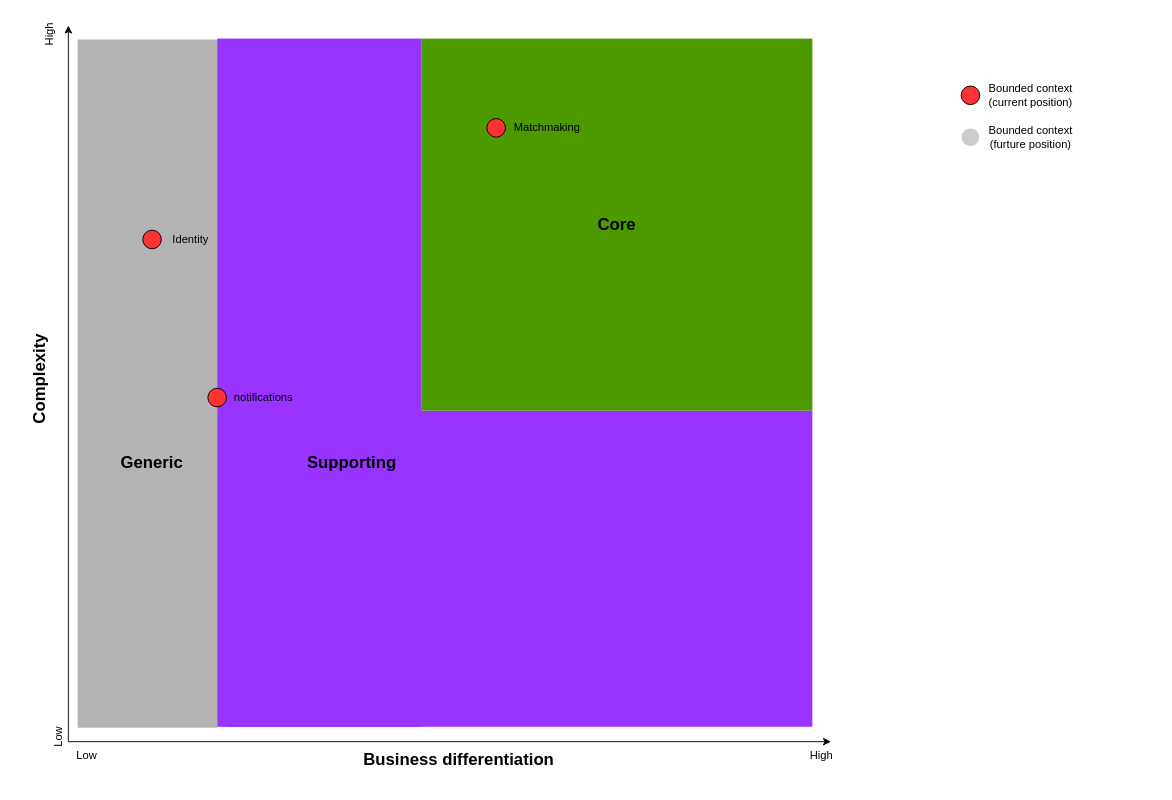
The draw.io diagram resources/core-domain-chart-template.drawio in ddd-crew/core-domain-charts, before the edit. Source tidied: cells renumbered, new cells numbered last; positions are measured from the earlier drawing's top-left corner, leaving out a move shared by most shapes. Both pictures are drawn from the tidied source at 93%, with x=0, y=0 at pixel (21, 25).
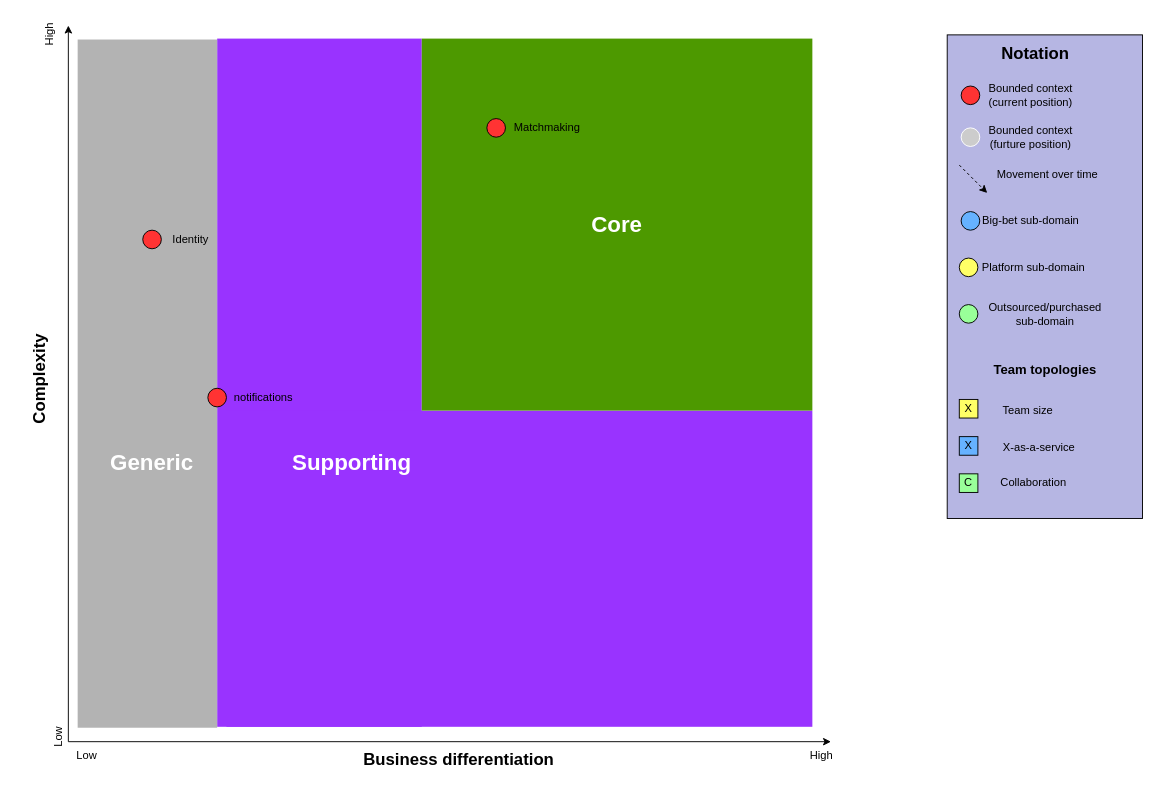
The same diagram, later.

Commit message:
drawio template: add remaining notation

Unchanged cells that the change refers to:
```xml
<mxCell id="2" style="group;" parent="1" vertex="1">
  <mxGeometry x="9.5" width="870.5" height="800" as="geometry" />
</mxCell>
```

The edit, as a diff of the source:
```diff
@@
-    <mxCell id="9" value="&lt;h2&gt;Core&lt;/h2&gt;" style="rounded=0;whiteSpace=wrap;html=1;fillColor=#4D9900;strokeColor=none;" parent="2" vertex="1">
+    <mxCell id="9" value="&lt;h1&gt;&lt;font color=&quot;#ffffff&quot;&gt;Core&lt;/font&gt;&lt;/h1&gt;" style="rounded=0;whiteSpace=wrap;html=1;fillColor=#4D9900;strokeColor=none;" parent="2" vertex="1">
       <mxGeometry x="420.5" y="14" width="420" height="400" as="geometry" />
     </mxCell>
@@
-    <mxCell id="11" value="&lt;h2&gt;Supporting&lt;/h2&gt;" style="text;html=1;strokeColor=none;fillColor=none;align=center;verticalAlign=middle;whiteSpace=wrap;rounded=0;" parent="2" vertex="1">
+    <mxCell id="11" value="&lt;h1&gt;&lt;font color=&quot;#ffffff&quot;&gt;Supporting&lt;/font&gt;&lt;/h1&gt;" style="text;html=1;strokeColor=none;fillColor=none;align=center;verticalAlign=middle;whiteSpace=wrap;rounded=0;" parent="2" vertex="1">
       <mxGeometry x="325.5" y="460" width="40" height="20" as="geometry" />
     </mxCell>
-    <mxCell id="12" value="&lt;h2&gt;Generic&lt;/h2&gt;" style="text;html=1;strokeColor=none;fillColor=none;align=center;verticalAlign=middle;whiteSpace=wrap;rounded=0;" parent="2" vertex="1">
+    <mxCell id="12" value="&lt;h1&gt;&lt;font color=&quot;#ffffff&quot;&gt;Generic&lt;/font&gt;&lt;/h1&gt;" style="text;html=1;strokeColor=none;fillColor=none;align=center;verticalAlign=middle;whiteSpace=wrap;rounded=0;" parent="2" vertex="1">
       <mxGeometry x="110.5" y="460" width="40" height="20" as="geometry" />
     </mxCell>
@@
+    <mxCell id="35" style="rounded=0;whiteSpace=wrap;html=1;fillColor=#B6B6E3;" parent="1" vertex="1">
+      <mxGeometry x="995" y="10" width="210" height="520" as="geometry" />
+    </mxCell>
+    <mxCell id="36" value="&lt;h2&gt;&lt;b&gt;Notation&lt;/b&gt;&lt;/h2&gt;" style="text;html=1;strokeColor=none;fillColor=none;align=center;verticalAlign=middle;whiteSpace=wrap;rounded=0;" parent="1" vertex="1">
+      <mxGeometry x="1070" y="20" width="40" height="20" as="geometry" />
+    </mxCell>
+    <mxCell id="37" value="&lt;h3&gt;Team topologies&lt;/h3&gt;" style="text;html=1;strokeColor=none;fillColor=none;align=center;verticalAlign=middle;whiteSpace=wrap;rounded=0;" parent="1" vertex="1">
+      <mxGeometry x="1037.5" y="360" width="125" height="20" as="geometry" />
+    </mxCell>
@@
     <mxCell id="18" style="group;" parent="17" vertex="1">
-      <mxGeometry x="1010" y="65" width="130" height="20" as="geometry" />
+      <mxGeometry x="1010" y="65" width="210" height="570" as="geometry" />
     </mxCell>
     <mxCell id="19" style="group;" parent="18" vertex="1">
-      <mxGeometry width="130" height="20" as="geometry" />
+      <mxGeometry width="210" height="570" as="geometry" />
     </mxCell>
@@
+    <mxCell id="38" style="group;" parent="17" vertex="1">
+      <mxGeometry x="1008" y="150" width="160" height="30" as="geometry" />
+    </mxCell>
+    <mxCell id="39" style="endArrow=classic;html=1;dashed=1;" parent="38" edge="1">
+      <mxGeometry relative="1" as="geometry">
+        <mxPoint as="sourcePoint" />
+        <mxPoint x="30" y="30" as="targetPoint" />
+      </mxGeometry>
+    </mxCell>
+    <mxCell id="40" value="Movement over time" style="text;html=1;strokeColor=none;fillColor=none;align=center;verticalAlign=middle;whiteSpace=wrap;rounded=0;" parent="38" vertex="1">
+      <mxGeometry x="30" width="130" height="20" as="geometry" />
+    </mxCell>
+    <mxCell id="41" style="group;" parent="17" vertex="1">
+      <mxGeometry x="1010" y="200" width="130" height="20" as="geometry" />
+    </mxCell>
+    <mxCell id="42" style="group;" parent="41" vertex="1">
+      <mxGeometry width="130" height="20" as="geometry" />
+    </mxCell>
+    <mxCell id="43" style="ellipse;whiteSpace=wrap;html=1;fillColor=#66B2FF;" parent="42" vertex="1">
+      <mxGeometry width="20" height="20" as="geometry" />
+    </mxCell>
+    <mxCell id="44" value="Big-bet sub-domain" style="text;html=1;strokeColor=none;fillColor=none;align=center;verticalAlign=middle;whiteSpace=wrap;rounded=0;" parent="42" vertex="1">
+      <mxGeometry x="20" width="110" height="20" as="geometry" />
+    </mxCell>
+    <mxCell id="45" style="group;" parent="17" vertex="1">
+      <mxGeometry x="1008" y="250" width="140" height="20" as="geometry" />
+    </mxCell>
+    <mxCell id="46" style="group;" parent="45" vertex="1">
+      <mxGeometry width="140" height="20" as="geometry" />
+    </mxCell>
+    <mxCell id="47" style="ellipse;whiteSpace=wrap;html=1;fillColor=#FFFF66;" parent="46" vertex="1">
+      <mxGeometry width="20" height="20" as="geometry" />
+    </mxCell>
+    <mxCell id="48" value="Platform sub-domain" style="text;html=1;strokeColor=none;fillColor=none;align=center;verticalAlign=middle;whiteSpace=wrap;rounded=0;" parent="46" vertex="1">
+      <mxGeometry x="20" width="120" height="20" as="geometry" />
+    </mxCell>
+    <mxCell id="49" style="group;" parent="17" vertex="1">
+      <mxGeometry x="1008" y="300" width="160" height="20" as="geometry" />
+    </mxCell>
+    <mxCell id="50" style="group;" parent="49" vertex="1">
+      <mxGeometry width="160" height="20" as="geometry" />
+    </mxCell>
+    <mxCell id="51" style="ellipse;whiteSpace=wrap;html=1;fillColor=#99FF99;" parent="50" vertex="1">
+      <mxGeometry width="20" height="20" as="geometry" />
+    </mxCell>
+    <mxCell id="52" value="Outsourced/purchased sub-domain" style="text;html=1;strokeColor=none;fillColor=none;align=center;verticalAlign=middle;whiteSpace=wrap;rounded=0;" parent="50" vertex="1">
+      <mxGeometry x="24.6" width="135.4" height="20" as="geometry" />
+    </mxCell>
+    <mxCell id="53" value="X" style="whiteSpace=wrap;html=1;fillColor=#FFFF66;" parent="17" vertex="1">
+      <mxGeometry x="1008" y="402" width="20" height="20" as="geometry" />
+    </mxCell>
+    <mxCell id="54" value="X" style="whiteSpace=wrap;html=1;fillColor=#66B2FF;" parent="17" vertex="1">
+      <mxGeometry x="1008" y="442" width="20" height="20" as="geometry" />
+    </mxCell>
+    <mxCell id="55" value="C" style="whiteSpace=wrap;html=1;fillColor=#99FF99;" parent="17" vertex="1">
+      <mxGeometry x="1008" y="482" width="20" height="20" as="geometry" />
+    </mxCell>
+    <mxCell id="56" value="Team size" style="text;html=1;strokeColor=none;fillColor=none;align=center;verticalAlign=middle;whiteSpace=wrap;rounded=0;" parent="17" vertex="1">
+      <mxGeometry x="1042" y="404" width="80" height="20" as="geometry" />
+    </mxCell>
+    <mxCell id="57" value="X-as-a-service" style="text;html=1;strokeColor=none;fillColor=none;align=center;verticalAlign=middle;whiteSpace=wrap;rounded=0;" parent="17" vertex="1">
+      <mxGeometry x="1048" y="444" width="92" height="20" as="geometry" />
+    </mxCell>
+    <mxCell id="58" value="Collaboration" style="text;html=1;strokeColor=none;fillColor=none;align=center;verticalAlign=middle;whiteSpace=wrap;rounded=0;" parent="17" vertex="1">
+      <mxGeometry x="1068" y="482" width="40" height="20" as="geometry" />
+    </mxCell>
```
